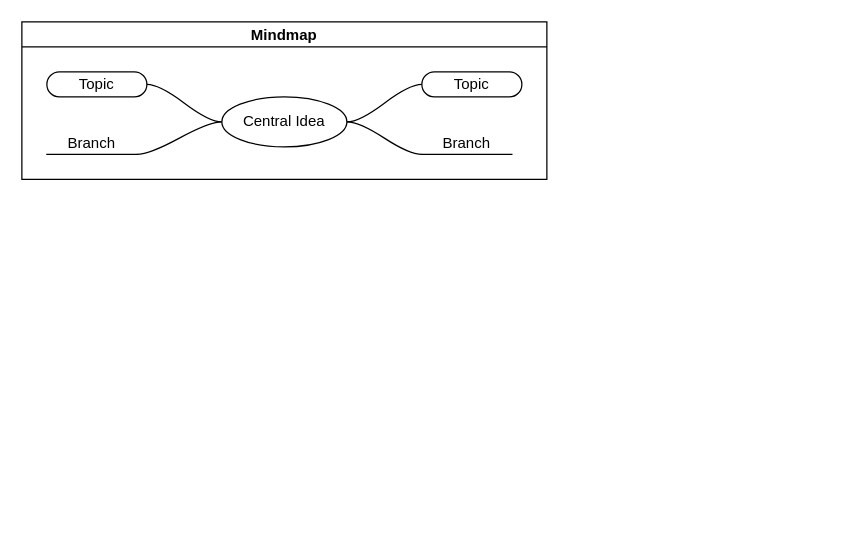
Above: static/Untitled Diagram.drawio in sixdog06/blog (draw.io), before the change. Source tidied: cells renumbered, new cells numbered last; positions are measured from the earlier drawing's top-left corner, leaving out a move shared by most shapes. Both pictures are drawn from the tidied source at 125%, with x=0, y=0 at pixel (21, 21).
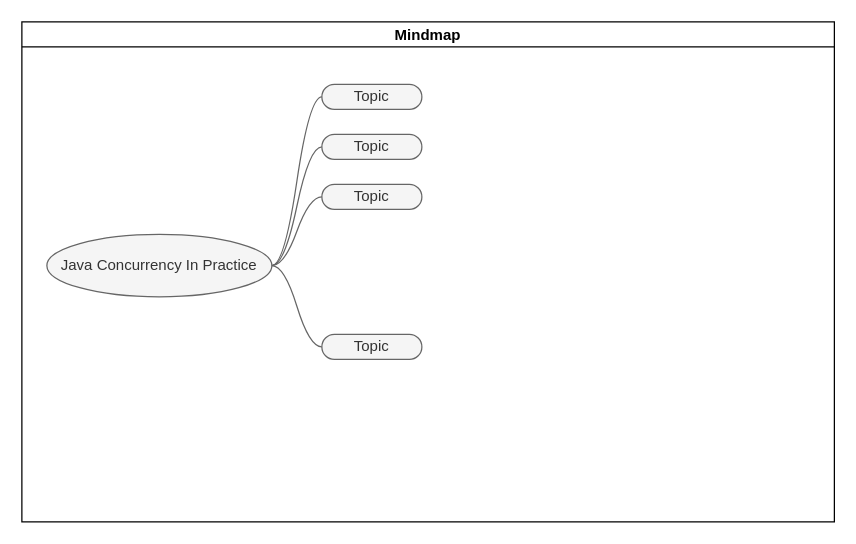
The same page after the edit.

Change to the diagram source:
```diff
@@
 <mxGraphModel>
   <root>
     <mxCell id="0" />
     <mxCell id="1" parent="0" />
     <mxCell id="2" value="Mindmap" style="swimlane;startSize=20;horizontal=1;containerType=tree;" parent="1" vertex="1">
-      <mxGeometry width="420" height="126" as="geometry" />
+      <mxGeometry width="650" height="400" as="geometry" />
     </mxCell>
-    <mxCell id="3" style="edgeStyle=entityRelationEdgeStyle;startArrow=none;endArrow=none;segment=10;curved=1;rounded=0;" parent="2" edge="1" source="7" target="8">
+    <mxCell id="3" style="edgeStyle=entityRelationEdgeStyle;startArrow=none;endArrow=none;segment=10;curved=1;rounded=0;fillColor=#f5f5f5;strokeColor=#666666;" parent="2" edge="1" source="7" target="8">
       <mxGeometry relative="1" as="geometry" />
     </mxCell>
-    <mxCell id="4" style="edgeStyle=entityRelationEdgeStyle;startArrow=none;endArrow=none;segment=10;curved=1;rounded=0;" parent="2" edge="1" source="7" target="9">
-      <mxGeometry relative="1" as="geometry" />
-    </mxCell>
-    <mxCell id="5" style="edgeStyle=entityRelationEdgeStyle;startArrow=none;endArrow=none;segment=10;curved=1;rounded=0;" parent="2" edge="1" source="7" target="10">
+    <mxCell id="5" style="edgeStyle=entityRelationEdgeStyle;startArrow=none;endArrow=none;segment=10;curved=1;rounded=0;fillColor=#f5f5f5;strokeColor=#666666;" parent="2" edge="1" source="7" target="10">
       <mxGeometry relative="1" as="geometry" />
     </mxCell>
-    <mxCell id="6" style="edgeStyle=entityRelationEdgeStyle;startArrow=none;endArrow=none;segment=10;curved=1;rounded=0;" parent="2" edge="1" source="7" target="11">
-      <mxGeometry relative="1" as="geometry" />
-    </mxCell>
-    <mxCell id="7" value="Central Idea" style="ellipse;whiteSpace=wrap;html=1;align=center;newEdgeStyle={&quot;edgeStyle&quot;:&quot;entityRelationEdgeStyle&quot;,&quot;startArrow&quot;:&quot;none&quot;,&quot;endArrow&quot;:&quot;none&quot;,&quot;segment&quot;:10,&quot;curved&quot;:1};" parent="2" vertex="1">
-      <mxGeometry x="160" y="60" width="100" height="40" as="geometry" />
+    <mxCell id="7" value="Java Concurrency In Practice" style="ellipse;whiteSpace=wrap;html=1;align=center;newEdgeStyle={&quot;edgeStyle&quot;:&quot;entityRelationEdgeStyle&quot;,&quot;startArrow&quot;:&quot;none&quot;,&quot;endArrow&quot;:&quot;none&quot;,&quot;segment&quot;:10,&quot;curved&quot;:1};fillColor=#f5f5f5;fontColor=#333333;strokeColor=#666666;" parent="2" vertex="1">
+      <mxGeometry x="20" y="170" width="180" height="50" as="geometry" />
     </mxCell>
-    <mxCell id="8" value="Topic" style="whiteSpace=wrap;html=1;rounded=1;arcSize=50;align=center;verticalAlign=middle;strokeWidth=1;spacing=4;newEdgeStyle={&quot;edgeStyle&quot;:&quot;entityRelationEdgeStyle&quot;,&quot;startArrow&quot;:&quot;none&quot;,&quot;endArrow&quot;:&quot;none&quot;,&quot;segment&quot;:10,&quot;curved&quot;:1};" parent="2" vertex="1">
-      <mxGeometry x="320" y="40" width="80" height="20" as="geometry" />
+    <mxCell id="8" value="Topic" style="whiteSpace=wrap;html=1;rounded=1;arcSize=50;align=center;verticalAlign=middle;strokeWidth=1;spacing=4;newEdgeStyle={&quot;edgeStyle&quot;:&quot;entityRelationEdgeStyle&quot;,&quot;startArrow&quot;:&quot;none&quot;,&quot;endArrow&quot;:&quot;none&quot;,&quot;segment&quot;:10,&quot;curved&quot;:1};fillColor=#f5f5f5;fontColor=#333333;strokeColor=#666666;" parent="2" vertex="1">
+      <mxGeometry x="240" y="50" width="80" height="20" as="geometry" />
     </mxCell>
-    <mxCell id="9" value="Branch" style="whiteSpace=wrap;html=1;shape=partialRectangle;top=0;left=0;bottom=1;right=0;points=[[0,1],[1,1]];fillColor=none;align=center;verticalAlign=bottom;routingCenterY=0.5;snapToPoint=1;newEdgeStyle={&quot;edgeStyle&quot;:&quot;entityRelationEdgeStyle&quot;,&quot;startArrow&quot;:&quot;none&quot;,&quot;endArrow&quot;:&quot;none&quot;,&quot;segment&quot;:10,&quot;curved&quot;:1};" parent="2" vertex="1">
-      <mxGeometry x="320" y="80" width="72" height="26" as="geometry" />
-    </mxCell>
-    <mxCell id="10" value="Topic" style="whiteSpace=wrap;html=1;rounded=1;arcSize=50;align=center;verticalAlign=middle;strokeWidth=1;spacing=4;newEdgeStyle={&quot;edgeStyle&quot;:&quot;entityRelationEdgeStyle&quot;,&quot;startArrow&quot;:&quot;none&quot;,&quot;endArrow&quot;:&quot;none&quot;,&quot;segment&quot;:10,&quot;curved&quot;:1};" parent="2" vertex="1">
-      <mxGeometry x="20" y="40" width="80" height="20" as="geometry" />
+    <mxCell id="10" value="Topic" style="whiteSpace=wrap;html=1;rounded=1;arcSize=50;align=center;verticalAlign=middle;strokeWidth=1;spacing=4;newEdgeStyle={&quot;edgeStyle&quot;:&quot;entityRelationEdgeStyle&quot;,&quot;startArrow&quot;:&quot;none&quot;,&quot;endArrow&quot;:&quot;none&quot;,&quot;segment&quot;:10,&quot;curved&quot;:1};fillColor=#f5f5f5;fontColor=#333333;strokeColor=#666666;" parent="2" vertex="1">
+      <mxGeometry x="240" y="90" width="80" height="20" as="geometry" />
     </mxCell>
-    <mxCell id="11" value="Branch" style="whiteSpace=wrap;html=1;shape=partialRectangle;top=0;left=0;bottom=1;right=0;points=[[0,1],[1,1]];fillColor=none;align=center;verticalAlign=bottom;routingCenterY=0.5;snapToPoint=1;newEdgeStyle={&quot;edgeStyle&quot;:&quot;entityRelationEdgeStyle&quot;,&quot;startArrow&quot;:&quot;none&quot;,&quot;endArrow&quot;:&quot;none&quot;,&quot;segment&quot;:10,&quot;curved&quot;:1};" parent="2" vertex="1">
-      <mxGeometry x="20" y="80" width="72" height="26" as="geometry" />
-    </mxCell>
+    <mxCell id="12" style="edgeStyle=entityRelationEdgeStyle;startArrow=none;endArrow=none;segment=10;curved=1;rounded=0;fillColor=#f5f5f5;strokeColor=#666666;" parent="2" edge="1" source="7" target="13">
+      <mxGeometry relative="1" as="geometry" />
+    </mxCell>
+    <mxCell id="13" value="Topic" style="whiteSpace=wrap;html=1;rounded=1;arcSize=50;align=center;verticalAlign=middle;strokeWidth=1;spacing=4;newEdgeStyle={&quot;edgeStyle&quot;:&quot;entityRelationEdgeStyle&quot;,&quot;startArrow&quot;:&quot;none&quot;,&quot;endArrow&quot;:&quot;none&quot;,&quot;segment&quot;:10,&quot;curved&quot;:1};fillColor=#f5f5f5;fontColor=#333333;strokeColor=#666666;" parent="2" vertex="1">
+      <mxGeometry x="240" y="130" width="80" height="20" as="geometry" />
+    </mxCell>
+    <mxCell id="14" style="edgeStyle=entityRelationEdgeStyle;startArrow=none;endArrow=none;segment=10;curved=1;rounded=0;fillColor=#f5f5f5;strokeColor=#666666;" parent="2" edge="1" source="7" target="15">
+      <mxGeometry relative="1" as="geometry" />
+    </mxCell>
+    <mxCell id="15" value="Topic" style="whiteSpace=wrap;html=1;rounded=1;arcSize=50;align=center;verticalAlign=middle;strokeWidth=1;spacing=4;newEdgeStyle={&quot;edgeStyle&quot;:&quot;entityRelationEdgeStyle&quot;,&quot;startArrow&quot;:&quot;none&quot;,&quot;endArrow&quot;:&quot;none&quot;,&quot;segment&quot;:10,&quot;curved&quot;:1};fillColor=#f5f5f5;fontColor=#333333;strokeColor=#666666;" parent="2" vertex="1">
+      <mxGeometry x="240" y="250" width="80" height="20" as="geometry" />
+    </mxCell>
   </root>
 </mxGraphModel>
```
